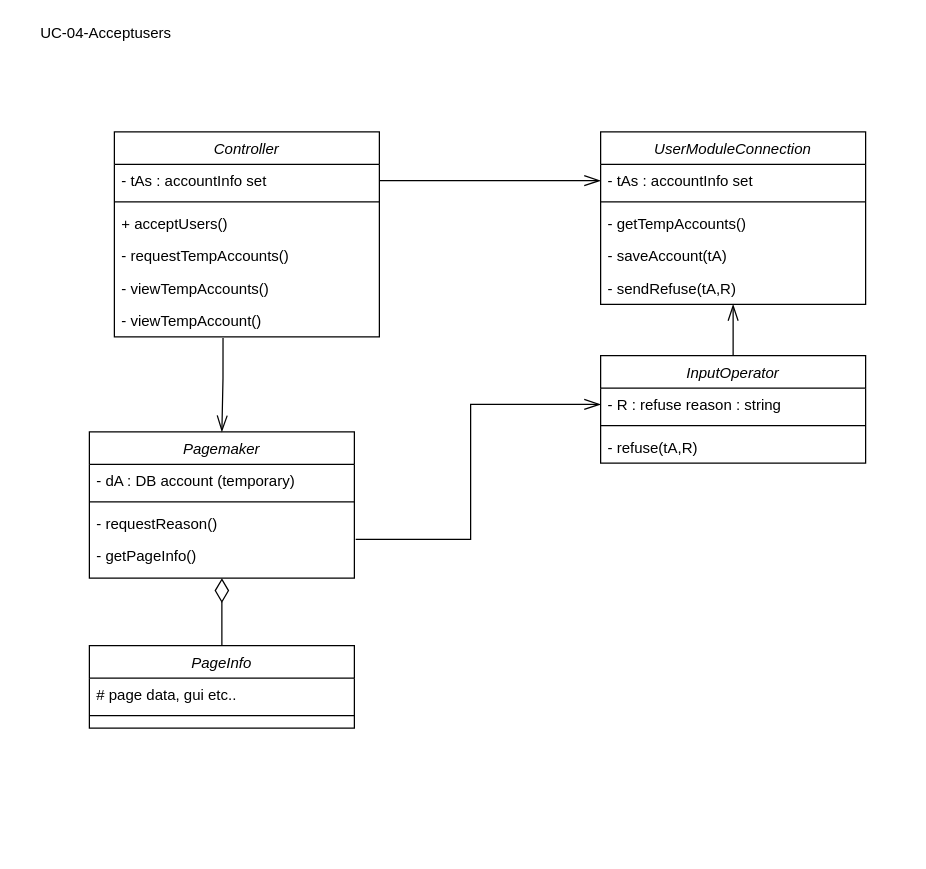
This is Documents/subgroup1/CD-UC-04.drawio from hanabzu/Warehouse-Management-System, a draw.io file, before an edit. Source tidied: cells renumbered, new cells numbered last; positions are measured from the earlier drawing's top-left corner, leaving out a move shared by most shapes. Both pictures are drawn from the tidied source at 125%, with x=0, y=0 at pixel (32, 21).
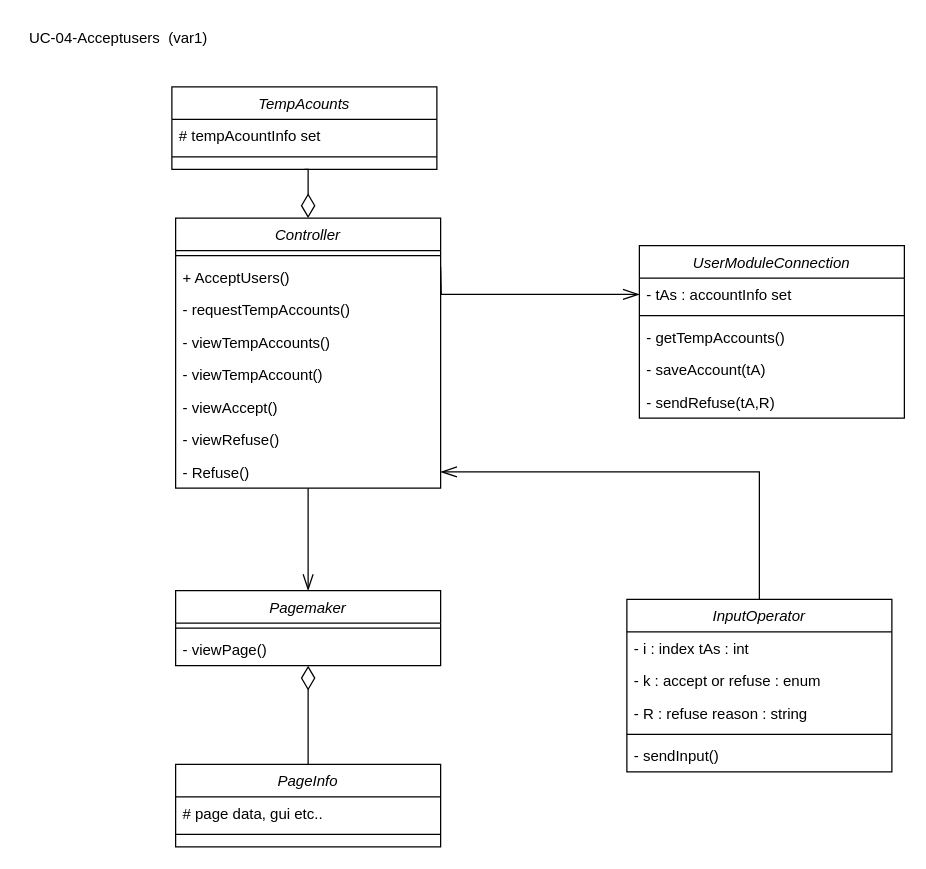
The same page after the edit.

Unchanged cells that the change refers to:
```xml
<mxCell id="21" value="- tAs : accountInfo set" style="text;align=left;verticalAlign=top;spacingLeft=4;spacingRight=4;overflow=hidden;points=[[0,0.5],[1,0.5]];portConstraint=eastwest;rounded=0;shadow=0;html=0;" parent="20" vertex="1">
  <mxGeometry y="26" width="212" height="26" as="geometry" />
</mxCell>
```

The edit, as a diff of the source:
```diff
@@
     <mxCell id="2" value="Controller" style="swimlane;fontStyle=2;align=center;verticalAlign=top;horizontal=1;startSize=26;rounded=0;shadow=0;strokeWidth=1;" parent="1" vertex="1">
-      <mxGeometry x="65" y="88" width="212" height="164" as="geometry" />
+      <mxGeometry x="114" y="157" width="212" height="216" as="geometry" />
     </mxCell>
-    <mxCell id="3" value="- tAs : accountInfo set" style="text;align=left;verticalAlign=top;spacingLeft=4;spacingRight=4;overflow=hidden;points=[[0,0.5],[1,0.5]];portConstraint=eastwest;rounded=0;shadow=0;html=0;" parent="2" vertex="1">
-      <mxGeometry y="26" width="212" height="26" as="geometry" />
-    </mxCell>
     <mxCell id="4" style="line;html=1;strokeWidth=1;align=left;verticalAlign=middle;spacingTop=-1;spacingLeft=3;spacingRight=3;labelPosition=right;" parent="2" vertex="1">
-      <mxGeometry y="52" width="212" height="8" as="geometry" />
+      <mxGeometry y="26" width="212" height="8" as="geometry" />
     </mxCell>
-    <mxCell id="5" value="+ acceptUsers()&#10;" style="text;align=left;verticalAlign=top;spacingLeft=4;spacingRight=4;overflow=hidden;" parent="2" vertex="1">
-      <mxGeometry y="60" width="212" height="26" as="geometry" />
+    <mxCell id="5" value="+ AcceptUsers()&#10;" style="text;align=left;verticalAlign=top;spacingLeft=4;spacingRight=4;overflow=hidden;" parent="2" vertex="1">
+      <mxGeometry y="34" width="212" height="26" as="geometry" />
     </mxCell>
     <mxCell id="6" value="- requestTempAccounts()&#10;" style="text;align=left;verticalAlign=top;spacingLeft=4;spacingRight=4;overflow=hidden;" parent="2" vertex="1">
-      <mxGeometry y="86" width="212" height="26" as="geometry" />
+      <mxGeometry y="60" width="212" height="26" as="geometry" />
     </mxCell>
     <mxCell id="7" value="- viewTempAccounts()&#10;" style="text;align=left;verticalAlign=top;spacingLeft=4;spacingRight=4;overflow=hidden;" parent="2" vertex="1">
-      <mxGeometry y="112" width="212" height="26" as="geometry" />
+      <mxGeometry y="86" width="212" height="26" as="geometry" />
     </mxCell>
     <mxCell id="8" value="- viewTempAccount()&#10;" style="text;align=left;verticalAlign=top;spacingLeft=4;spacingRight=4;overflow=hidden;points=[[0,0.5],[1,0.5]];portConstraint=eastwest;" parent="2" vertex="1">
-      <mxGeometry y="138" width="212" height="26" as="geometry" />
+      <mxGeometry y="112" width="212" height="26" as="geometry" />
     </mxCell>
-    <mxCell id="9" style="edgeStyle=orthogonalEdgeStyle;rounded=0;jettySize=auto;html=1;entryX=0.5;entryY=1;entryDx=0;entryDy=0;endArrow=openThin;endFill=0;endSize=11;" parent="1" edge="1" source="10" target="20">
-      <mxGeometry relative="1" as="geometry" />
-    </mxCell>
+    <mxCell id="33" value="- viewAccept()&#10;" style="text;align=left;verticalAlign=top;spacingLeft=4;spacingRight=4;overflow=hidden;" parent="2" vertex="1">
+      <mxGeometry y="138" width="212" height="26" as="geometry" />
+    </mxCell>
+    <mxCell id="34" value="- viewRefuse()&#10;" style="text;align=left;verticalAlign=top;spacingLeft=4;spacingRight=4;overflow=hidden;" parent="2" vertex="1">
+      <mxGeometry y="164" width="212" height="26" as="geometry" />
+    </mxCell>
+    <mxCell id="35" value="- Refuse()&#10;" style="text;align=left;verticalAlign=top;spacingLeft=4;spacingRight=4;overflow=hidden;points=[[0,0.5],[1,0.5]];portConstraint=eastwest;" parent="2" vertex="1">
+      <mxGeometry y="190" width="212" height="26" as="geometry" />
+    </mxCell>
+    <mxCell id="36" style="edgeStyle=orthogonalEdgeStyle;rounded=0;jettySize=auto;html=1;exitX=0.5;exitY=0;exitDx=0;exitDy=0;entryX=1;entryY=0.5;entryDx=0;entryDy=0;endArrow=openThin;endFill=0;endSize=11;" parent="1" edge="1" source="10" target="35">
+      <mxGeometry relative="1" as="geometry" />
+    </mxCell>
     <mxCell id="10" value="InputOperator" style="swimlane;fontStyle=2;align=center;verticalAlign=top;horizontal=1;startSize=26;rounded=0;shadow=0;strokeWidth=1;" parent="1" vertex="1">
-      <mxGeometry x="454" y="267" width="212" height="86" as="geometry" />
+      <mxGeometry x="475" y="462" width="212" height="138" as="geometry" />
     </mxCell>
-    <mxCell id="11" value="- R : refuse reason : string" style="text;align=left;verticalAlign=top;spacingLeft=4;spacingRight=4;overflow=hidden;points=[[0,0.5],[1,0.5]];portConstraint=eastwest;rounded=0;shadow=0;html=0;" parent="10" vertex="1">
+    <mxCell id="11" value="- i : index tAs : int" style="text;align=left;verticalAlign=top;spacingLeft=4;spacingRight=4;overflow=hidden;points=[[0,0.5],[1,0.5]];portConstraint=eastwest;rounded=0;shadow=0;html=0;" parent="10" vertex="1">
       <mxGeometry y="26" width="212" height="26" as="geometry" />
     </mxCell>
+    <mxCell id="37" value="- k : accept or refuse : enum" style="text;align=left;verticalAlign=top;spacingLeft=4;spacingRight=4;overflow=hidden;rounded=0;shadow=0;html=0;" parent="10" vertex="1">
+      <mxGeometry y="52" width="212" height="26" as="geometry" />
+    </mxCell>
+    <mxCell id="38" value="- R : refuse reason : string" style="text;align=left;verticalAlign=top;spacingLeft=4;spacingRight=4;overflow=hidden;rounded=0;shadow=0;html=0;" parent="10" vertex="1">
+      <mxGeometry y="78" width="212" height="26" as="geometry" />
+    </mxCell>
     <mxCell id="12" style="line;html=1;strokeWidth=1;align=left;verticalAlign=middle;spacingTop=-1;spacingLeft=3;spacingRight=3;labelPosition=right;" parent="10" vertex="1">
-      <mxGeometry y="52" width="212" height="8" as="geometry" />
+      <mxGeometry y="104" width="212" height="8" as="geometry" />
     </mxCell>
-    <mxCell id="13" value="- refuse(tA,R)" style="text;align=left;verticalAlign=top;spacingLeft=4;spacingRight=4;overflow=hidden;" parent="10" vertex="1">
-      <mxGeometry y="60" width="212" height="26" as="geometry" />
+    <mxCell id="13" value="- sendInput()" style="text;align=left;verticalAlign=top;spacingLeft=4;spacingRight=4;overflow=hidden;" parent="10" vertex="1">
+      <mxGeometry y="112" width="212" height="26" as="geometry" />
     </mxCell>
-    <mxCell id="14" style="edgeStyle=orthogonalEdgeStyle;rounded=0;jettySize=auto;html=1;entryX=0;entryY=0.5;entryDx=0;entryDy=0;endArrow=openThin;endFill=0;endSize=11;exitX=1.005;exitY=1;exitDx=0;exitDy=0;exitPerimeter=0;" parent="1" edge="1" source="18" target="11">
-      <mxGeometry relative="1" as="geometry">
-        <Array as="points">
-          <mxPoint x="350" y="414" />
-          <mxPoint x="350" y="306" />
-        </Array>
-      </mxGeometry>
-    </mxCell>
     <mxCell id="15" value="Pagemaker" style="swimlane;fontStyle=2;align=center;verticalAlign=top;horizontal=1;startSize=26;rounded=0;shadow=0;strokeWidth=1;" parent="1" vertex="1">
-      <mxGeometry x="45" y="328" width="212" height="117" as="geometry" />
+      <mxGeometry x="114" y="455" width="212" height="60" as="geometry" />
     </mxCell>
-    <mxCell id="16" value="- dA : DB account (temporary)" style="text;align=left;verticalAlign=top;spacingLeft=4;spacingRight=4;overflow=hidden;rounded=0;shadow=0;html=0;" parent="15" vertex="1">
-      <mxGeometry y="26" width="212" height="26" as="geometry" />
-    </mxCell>
     <mxCell id="17" style="line;html=1;strokeWidth=1;align=left;verticalAlign=middle;spacingTop=-1;spacingLeft=3;spacingRight=3;labelPosition=right;" parent="15" vertex="1">
-      <mxGeometry y="52" width="212" height="8" as="geometry" />
+      <mxGeometry y="26" width="212" height="8" as="geometry" />
     </mxCell>
-    <mxCell id="18" value="- requestReason()" style="text;align=left;verticalAlign=top;spacingLeft=4;spacingRight=4;overflow=hidden;points=[[0,0.5],[1,0.5]];portConstraint=eastwest;" parent="15" vertex="1">
-      <mxGeometry y="60" width="212" height="26" as="geometry" />
+    <mxCell id="18" value="- viewPage()" style="text;align=left;verticalAlign=top;spacingLeft=4;spacingRight=4;overflow=hidden;points=[[0,0.5],[1,0.5]];portConstraint=eastwest;" parent="15" vertex="1">
+      <mxGeometry y="34" width="212" height="26" as="geometry" />
     </mxCell>
-    <mxCell id="19" value="- getPageInfo()" style="text;align=left;verticalAlign=top;spacingLeft=4;spacingRight=4;overflow=hidden;" parent="15" vertex="1">
-      <mxGeometry y="86" width="212" height="26" as="geometry" />
-    </mxCell>
     <mxCell id="20" value="UserModuleConnection" style="swimlane;fontStyle=2;align=center;verticalAlign=top;horizontal=1;startSize=26;rounded=0;shadow=0;strokeWidth=1;" parent="1" vertex="1">
-      <mxGeometry x="454" y="88" width="212" height="138" as="geometry" />
+      <mxGeometry x="485" y="179" width="212" height="138" as="geometry" />
     </mxCell>
@@
-    <mxCell id="26" style="edgeStyle=orthogonalEdgeStyle;rounded=0;jettySize=auto;html=1;entryX=0;entryY=0.5;entryDx=0;entryDy=0;endArrow=openThin;endFill=0;endSize=11;" parent="1" edge="1" source="3" target="21">
-      <mxGeometry relative="1" as="geometry" />
+    <mxCell id="26" style="edgeStyle=orthogonalEdgeStyle;rounded=0;jettySize=auto;html=1;entryX=0;entryY=0.5;entryDx=0;entryDy=0;endArrow=openThin;endFill=0;endSize=11;" parent="1" edge="1" target="21">
+      <mxGeometry relative="1" as="geometry">
+        <mxPoint x="326" y="196" as="sourcePoint" />
+      </mxGeometry>
     </mxCell>
-    <mxCell id="27" value="UC-04-Acceptusers" style="text;html=1;align=center;verticalAlign=middle;strokeColor=none;" parent="1" vertex="1">
-      <mxGeometry width="115" height="18" as="geometry" />
+    <mxCell id="27" value="UC-04-Acceptusers&amp;nbsp; (var1)" style="text;html=1;align=center;verticalAlign=middle;strokeColor=none;" parent="1" vertex="1">
+      <mxGeometry x="-9" y="4" width="153" height="18" as="geometry" />
     </mxCell>
-    <mxCell id="28" style="edgeStyle=orthogonalEdgeStyle;rounded=0;jettySize=auto;html=1;exitX=0.41;exitY=1.038;exitDx=0;exitDy=0;entryX=0.5;entryY=0;entryDx=0;entryDy=0;endArrow=openThin;endFill=0;endSize=11;exitPerimeter=0;" parent="1" edge="1" source="8" target="15">
+    <mxCell id="28" style="edgeStyle=orthogonalEdgeStyle;rounded=0;jettySize=auto;html=1;entryX=0.5;entryY=0;entryDx=0;entryDy=0;endArrow=openThin;endFill=0;endSize=11;exitX=0.5;exitY=1;exitDx=0;exitDy=0;" parent="1" edge="1" source="2" target="15">
       <mxGeometry relative="1" as="geometry" />
     </mxCell>
     <mxCell id="29" value="PageInfo" style="swimlane;fontStyle=2;align=center;verticalAlign=top;horizontal=1;startSize=26;rounded=0;shadow=0;strokeWidth=1;" parent="1" vertex="1">
-      <mxGeometry x="45" y="499" width="212" height="66" as="geometry" />
+      <mxGeometry x="114" y="594" width="212" height="66" as="geometry" />
     </mxCell>
@@
+    <mxCell id="39" value="TempAcounts" style="swimlane;fontStyle=2;align=center;verticalAlign=top;horizontal=1;startSize=26;rounded=0;shadow=0;strokeWidth=1;" parent="1" vertex="1">
+      <mxGeometry x="111" y="52" width="212" height="66" as="geometry" />
+    </mxCell>
+    <mxCell id="40" value="# tempAcountInfo set" style="text;align=left;verticalAlign=top;spacingLeft=4;spacingRight=4;overflow=hidden;rounded=0;shadow=0;html=0;" parent="39" vertex="1">
+      <mxGeometry y="26" width="212" height="26" as="geometry" />
+    </mxCell>
+    <mxCell id="41" style="line;html=1;strokeWidth=1;align=left;verticalAlign=middle;spacingTop=-1;spacingLeft=3;spacingRight=3;labelPosition=right;" parent="39" vertex="1">
+      <mxGeometry y="52" width="212" height="8" as="geometry" />
+    </mxCell>
+    <mxCell id="42" style="edgeStyle=orthogonalEdgeStyle;rounded=0;jettySize=auto;html=1;entryX=0.5;entryY=0;entryDx=0;entryDy=0;endArrow=diamondThin;endFill=0;endSize=17;exitX=0.5;exitY=1;exitDx=0;exitDy=0;" parent="1" edge="1" source="39" target="2">
+      <mxGeometry relative="1" as="geometry" />
+    </mxCell>
```
